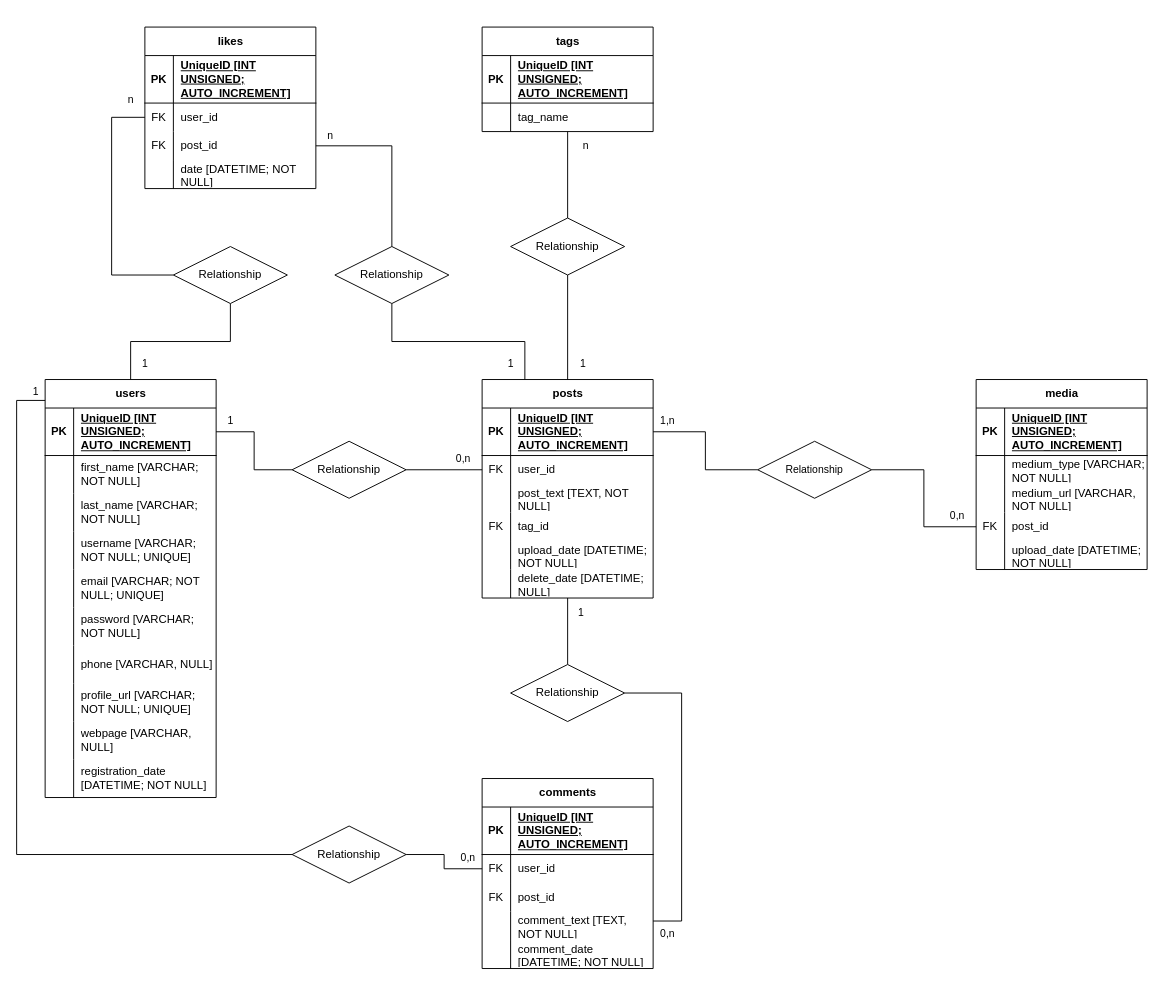
Earlier version of the draw.io diagram ER-socilal-platform.drawio (MattiaCanopoli/social-platform). Source tidied: cells renumbered, new cells numbered last; positions are measured from the earlier drawing's top-left corner, leaving out a move shared by most shapes. Both pictures are drawn from the tidied source at 95%, with x=0, y=0 at pixel (16, 27).
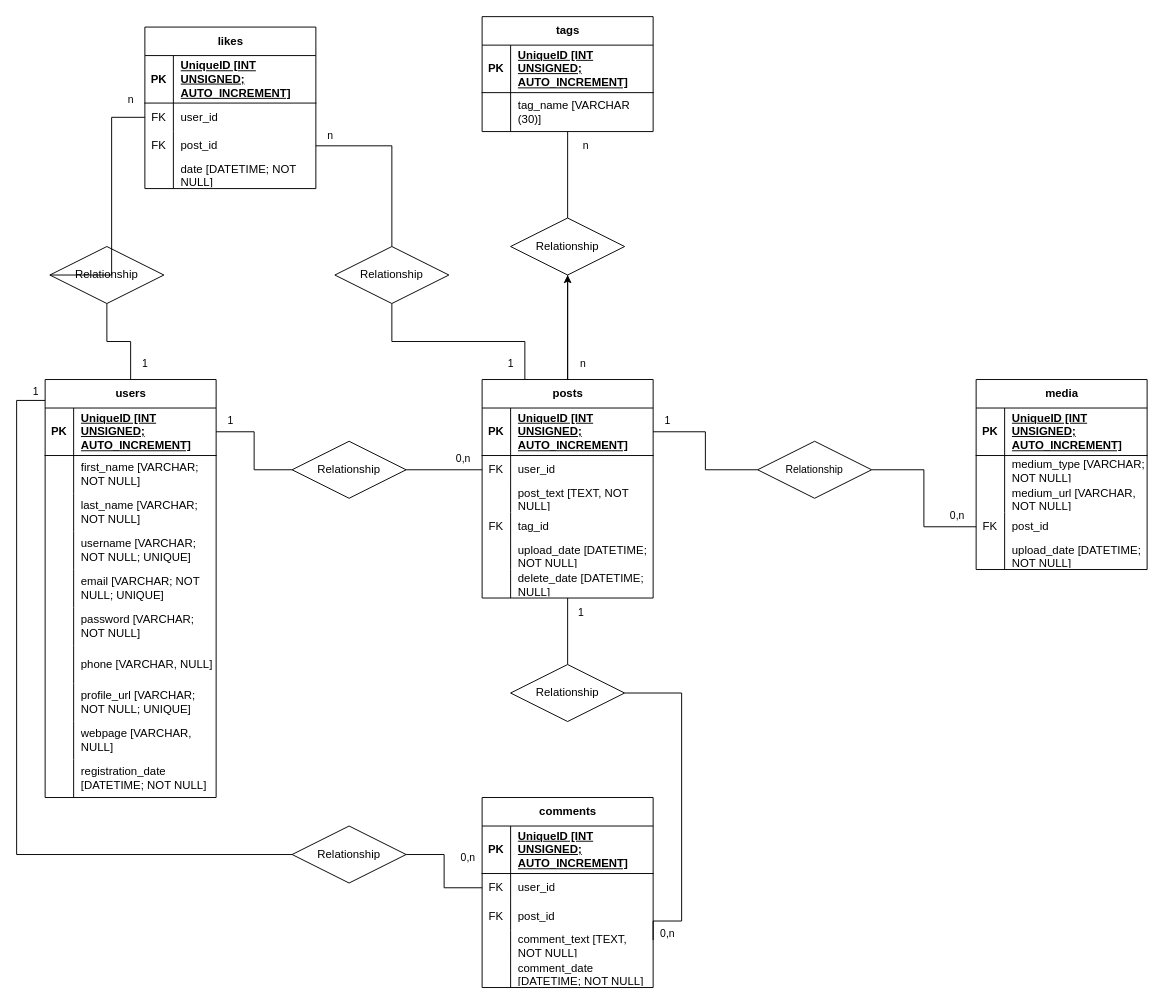
Above is the later version.

Unchanged cells that the change refers to:
```xml
<mxCell id="33" value="posts" style="shape=table;startSize=30;childLayout=tableLayout;rowLines=0;fontStyle=1;align=center;html=1;" parent="1" vertex="1">
  <mxGeometry x="490" y="371" width="180" height="230" as="geometry" />
</mxCell>
<mxCell id="118" value="Relationship" style="shape=rhombus;perimeter=rhombusPerimeter;whiteSpace=wrap;html=1;align=center;" parent="1" vertex="1">
  <mxGeometry x="520" y="201" width="120" height="60" as="geometry" />
</mxCell>
```

The edit, as a diff of the source:
```diff
@@
+    <mxCell id="139" style="edgeStyle=orthogonalEdgeStyle;rounded=0;jettySize=auto;html=1;" parent="1" edge="1" source="33" target="118">
+      <mxGeometry relative="1" as="geometry" />
+    </mxCell>
@@
     <mxCell id="81" value="&lt;div&gt;comments&lt;/div&gt;" style="shape=table;startSize=30;childLayout=tableLayout;rowLines=0;fontStyle=1;align=center;html=1;" parent="1" vertex="1">
-      <mxGeometry x="490" y="791" width="180" height="200" as="geometry" />
+      <mxGeometry x="490" y="811" width="180" height="200" as="geometry" />
     </mxCell>
@@
     <mxCell id="97" value="&lt;div&gt;tags&lt;/div&gt;" style="shape=table;startSize=30;childLayout=tableLayout;rowLines=0;fontStyle=1;align=center;html=1;" parent="1" vertex="1">
-      <mxGeometry x="490" width="180" height="110" as="geometry" />
+      <mxGeometry x="490" y="-11" width="180" height="121" as="geometry" />
     </mxCell>
@@
     <mxCell id="101" style="shape=tableRow;horizontal=0;startSize=0;swimlaneHead=0;swimlaneBody=0;fillColor=none;top=0;left=0;right=0;bottom=0;" parent="97" vertex="1">
-      <mxGeometry y="80" width="180" height="30" as="geometry" />
+      <mxGeometry y="80" width="180" height="41" as="geometry" />
     </mxCell>
     <mxCell id="102" style="shape=partialRectangle;fillColor=none;top=0;left=0;bottom=0;right=0;overflow=hidden;whiteSpace=wrap;html=1;" parent="101" vertex="1">
-      <mxGeometry width="30" height="30" as="geometry" />
+      <mxGeometry width="30" height="41" as="geometry" />
     </mxCell>
-    <mxCell id="103" value="tag_name" style="shape=partialRectangle;fillColor=none;top=0;left=0;bottom=0;right=0;align=left;spacingLeft=6;overflow=hidden;whiteSpace=wrap;html=1;" parent="101" vertex="1">
-      <mxGeometry x="30" width="150" height="30" as="geometry" />
+    <mxCell id="103" value="tag_name [VARCHAR (30)]" style="shape=partialRectangle;fillColor=none;top=0;left=0;bottom=0;right=0;align=left;spacingLeft=6;overflow=hidden;whiteSpace=wrap;html=1;" parent="101" vertex="1">
+      <mxGeometry x="30" width="150" height="41" as="geometry" />
     </mxCell>
@@
-    <mxCell id="125" value="1,n" style="text;html=1;align=center;verticalAlign=middle;strokeColor=none;fillColor=none;fontFamily=Helvetica;fontSize=11;fontColor=default;labelBackgroundColor=default;" parent="1" vertex="1">
-      <mxGeometry x="665" y="399" width="40" height="30" as="geometry" />
+    <mxCell id="125" value="1" style="text;html=1;align=center;verticalAlign=middle;strokeColor=none;fillColor=none;fontFamily=Helvetica;fontSize=11;fontColor=default;labelBackgroundColor=default;" parent="1" vertex="1">
+      <mxGeometry x="670" y="399" width="30" height="30" as="geometry" />
     </mxCell>
@@
-    <mxCell id="127" value="1" style="text;html=1;align=center;verticalAlign=middle;strokeColor=none;fillColor=none;fontFamily=Helvetica;fontSize=11;fontColor=default;labelBackgroundColor=default;" parent="1" vertex="1">
+    <mxCell id="127" value="n" style="text;html=1;align=center;verticalAlign=middle;strokeColor=none;fillColor=none;fontFamily=Helvetica;fontSize=11;fontColor=default;labelBackgroundColor=default;" parent="1" vertex="1">
       <mxGeometry x="581" y="339" width="30" height="30" as="geometry" />
     </mxCell>
@@
     <mxCell id="130" value="Relationship" style="shape=rhombus;perimeter=rhombusPerimeter;whiteSpace=wrap;html=1;align=center;" parent="1" vertex="1">
-      <mxGeometry x="165" y="231" width="120" height="60" as="geometry" />
+      <mxGeometry x="35" y="231" width="120" height="60" as="geometry" />
     </mxCell>
```
